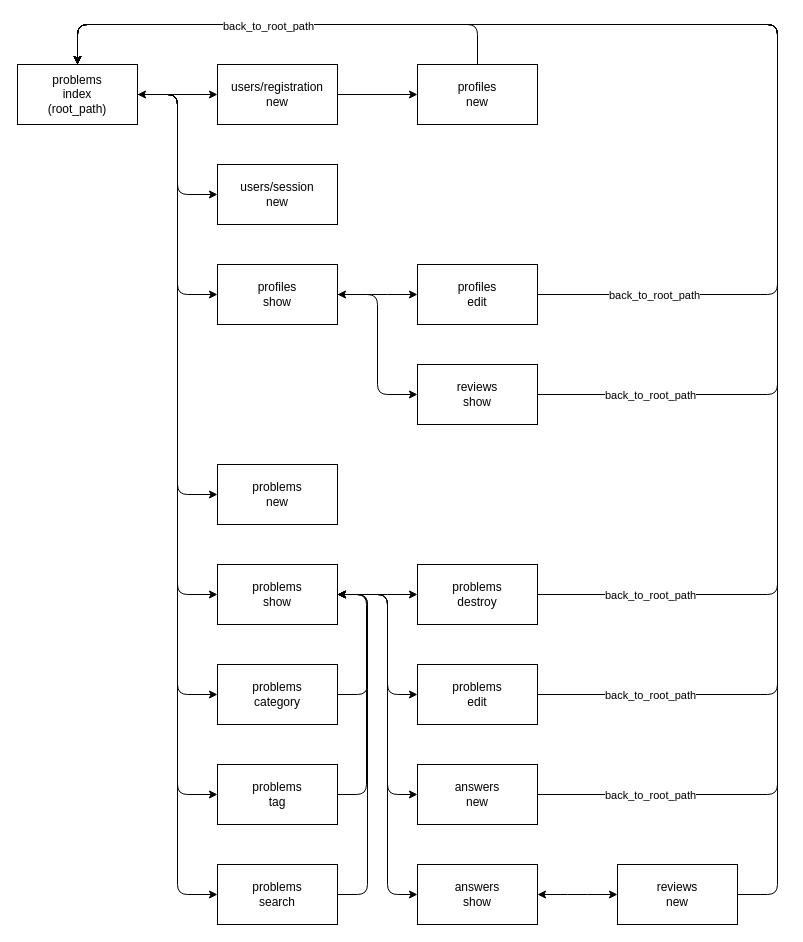
The draw.io diagram screen_transition.dio in tatsumiwa-pg/brtc, before the edit. Source tidied: cells renumbered, new cells numbered last; positions are measured from the earlier drawing's top-left corner, leaving out a move shared by most shapes. Both pictures are drawn from the tidied source at 100%, with x=0, y=0 at pixel (17, 24).
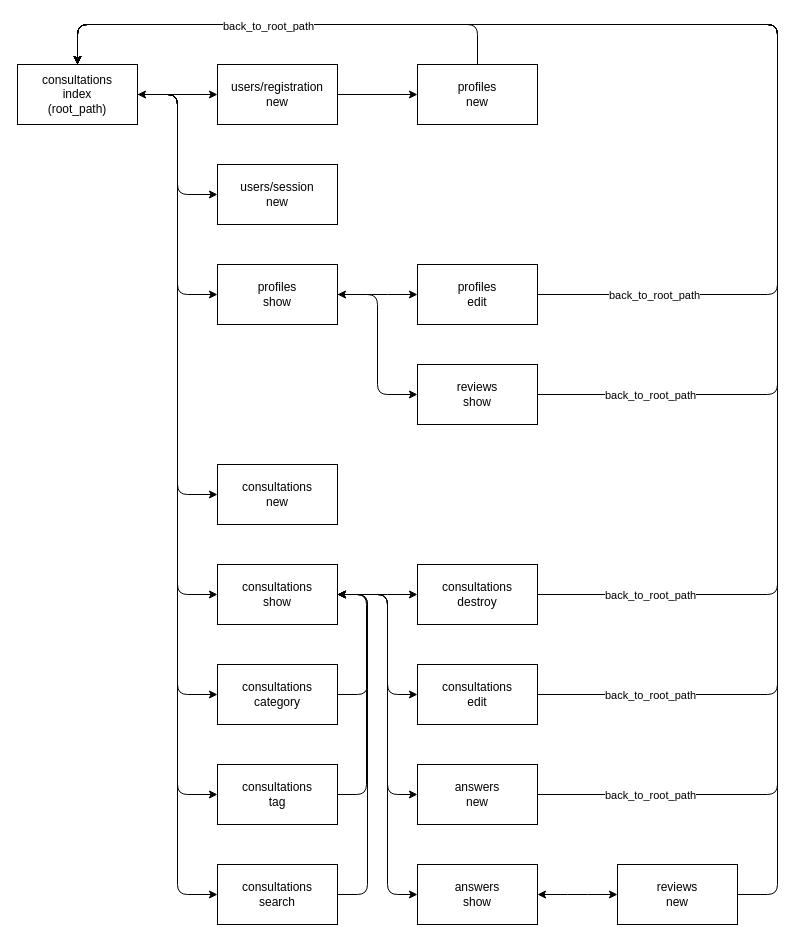
Above is the later version.

Commit message (it also covers changes not shown here):
ER図・画面遷移図の修正

Diff of the diagram source:
```diff
@@
-    <mxCell id="4" value="problems&lt;br&gt;index&lt;br&gt;(root_path)" style="rounded=0;whiteSpace=wrap;html=1;" parent="1" vertex="1">
+    <mxCell id="4" value="consultations&lt;br&gt;index&lt;br&gt;(root_path)" style="rounded=0;whiteSpace=wrap;html=1;" parent="1" vertex="1">
       <mxGeometry y="40" width="120" height="60" as="geometry" />
     </mxCell>
@@
-    <mxCell id="9" value="problems&lt;br&gt;show" style="rounded=0;whiteSpace=wrap;html=1;" parent="1" vertex="1">
+    <mxCell id="9" value="consultations&lt;br&gt;show" style="rounded=0;whiteSpace=wrap;html=1;" parent="1" vertex="1">
       <mxGeometry x="200" y="540" width="120" height="60" as="geometry" />
     </mxCell>
@@
-    <mxCell id="11" value="problems&lt;br&gt;category" style="rounded=0;whiteSpace=wrap;html=1;" parent="1" vertex="1">
+    <mxCell id="11" value="consultations&lt;br&gt;category" style="rounded=0;whiteSpace=wrap;html=1;" parent="1" vertex="1">
       <mxGeometry x="200" y="640" width="120" height="60" as="geometry" />
     </mxCell>
-    <mxCell id="12" value="problems&lt;br&gt;tag" style="rounded=0;whiteSpace=wrap;html=1;" parent="1" vertex="1">
+    <mxCell id="12" value="consultations&lt;br&gt;tag" style="rounded=0;whiteSpace=wrap;html=1;" parent="1" vertex="1">
       <mxGeometry x="200" y="740" width="120" height="60" as="geometry" />
     </mxCell>
-    <mxCell id="13" value="problems&lt;br&gt;search" style="rounded=0;whiteSpace=wrap;html=1;" parent="1" vertex="1">
+    <mxCell id="13" value="consultations&lt;br&gt;search" style="rounded=0;whiteSpace=wrap;html=1;" parent="1" vertex="1">
       <mxGeometry x="200" y="840" width="120" height="60" as="geometry" />
     </mxCell>
@@
-    <mxCell id="18" value="problems&lt;br&gt;edit" style="rounded=0;whiteSpace=wrap;html=1;" parent="1" vertex="1">
+    <mxCell id="18" value="consultations&lt;br&gt;edit" style="rounded=0;whiteSpace=wrap;html=1;" parent="1" vertex="1">
       <mxGeometry x="400" y="640" width="120" height="60" as="geometry" />
     </mxCell>
@@
-    <mxCell id="32" value="problems&lt;br&gt;new" style="rounded=0;whiteSpace=wrap;html=1;" parent="1" vertex="1">
+    <mxCell id="32" value="consultations&lt;br&gt;new" style="rounded=0;whiteSpace=wrap;html=1;" parent="1" vertex="1">
       <mxGeometry x="200" y="440" width="120" height="60" as="geometry" />
     </mxCell>
@@
-    <mxCell id="35" value="problems&lt;br&gt;destroy" style="rounded=0;whiteSpace=wrap;html=1;" parent="1" vertex="1">
+    <mxCell id="35" value="consultations&lt;br&gt;destroy" style="rounded=0;whiteSpace=wrap;html=1;" parent="1" vertex="1">
       <mxGeometry x="400" y="540" width="120" height="60" as="geometry" />
     </mxCell>
```
